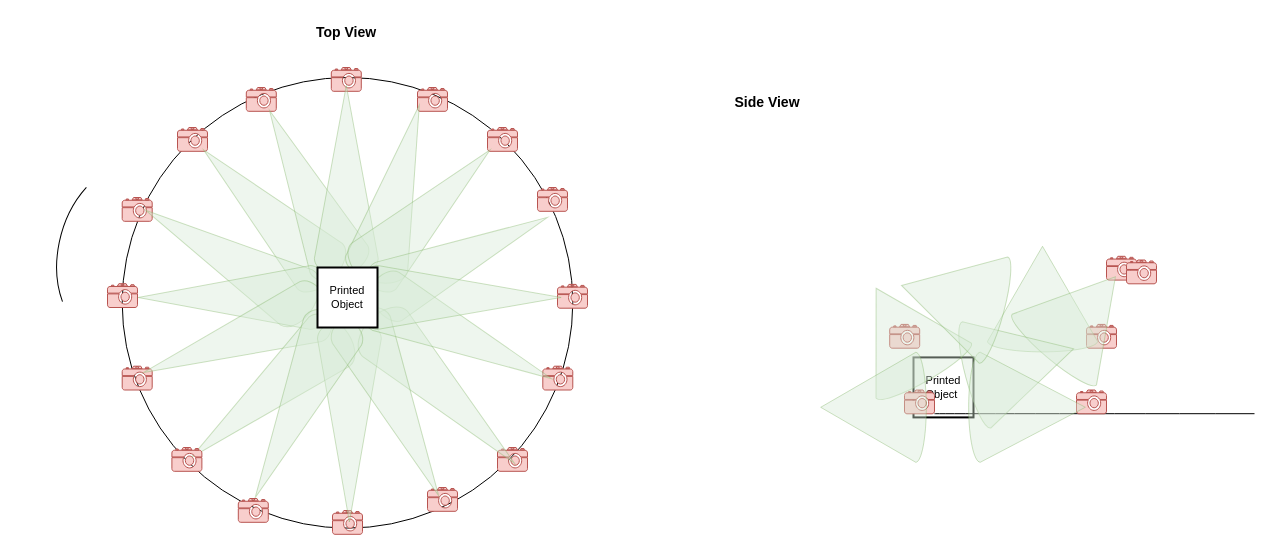
Above: CAMERA POSES.drawio in jameswalter12/MEng-Project- (draw.io), before the change. Source tidied: cells renumbered, new cells numbered last; positions are measured from the earlier drawing's top-left corner, leaving out a move shared by most shapes. Both pictures are drawn from the tidied source at 100%, with x=0, y=0 at pixel (32, 17).
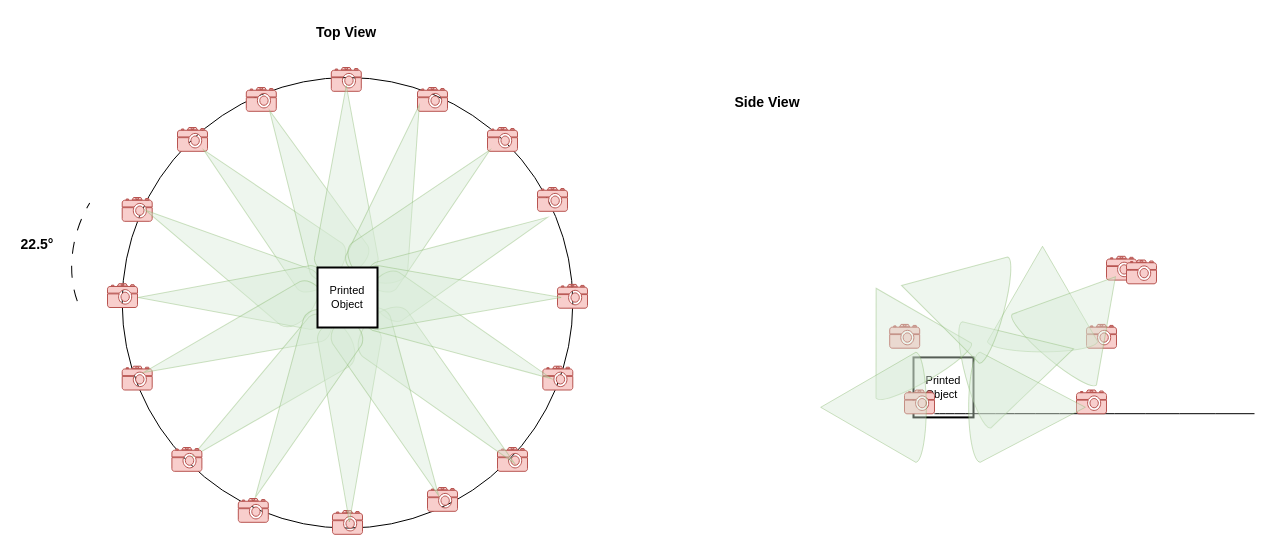
The same diagram, later.

The edit, as a diff of the source:
```diff
@@
-    <mxCell id="18" style="shape=mxgraph.basic.arc;html=1;startAngle=0.875;endAngle=0.1;endArrow=classic;endFill=1;rotation=-75;" parent="1" vertex="1">
-      <mxGeometry y="170.6" width="180" height="127.5" as="geometry" />
+    <mxCell id="18" style="shape=mxgraph.basic.arc;html=1;startAngle=0.8761129534883115;endAngle=0.06328446036244913;endArrow=classic;endFill=1;rotation=-75;dashed=1;dashPattern=12 12;" parent="1" vertex="1">
+      <mxGeometry x="15" y="170.6" width="180" height="127.5" as="geometry" />
     </mxCell>
@@
+    <mxCell id="57" value="22.5°" style="text;html=1;strokeColor=none;fillColor=none;align=center;verticalAlign=middle;whiteSpace=wrap;rounded=0;fontStyle=1;fontSize=14;" parent="1" vertex="1">
+      <mxGeometry x="-15" y="211.3" width="40" height="31.2" as="geometry" />
+    </mxCell>
```
